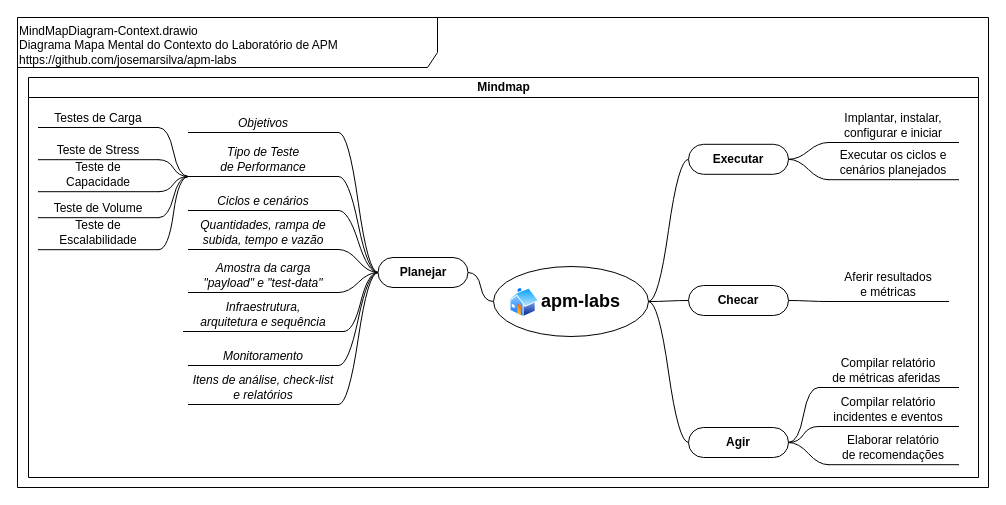
Above: doc/MindMapDiagram-Context.drawio in josemarsilva/apm-labs (draw.io), before the change. Source tidied: cells renumbered, new cells numbered last; positions are measured from the earlier drawing's top-left corner, leaving out a move shared by most shapes. Both pictures are drawn from the tidied source at 100%, with x=0, y=0 at pixel (17, 17).
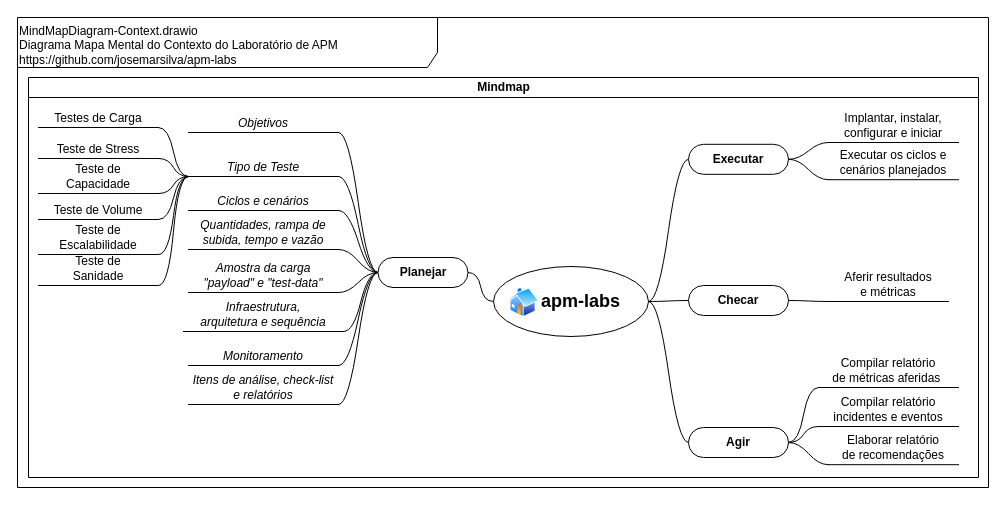
After the change.

Change to the diagram source:
```diff
@@
-    <mxCell id="17" value="Tipo de Teste &lt;br&gt;de Performance" style="whiteSpace=wrap;html=1;shape=partialRectangle;top=0;left=0;bottom=1;right=0;points=[[0,1],[1,1]];fillColor=none;align=center;verticalAlign=bottom;routingCenterY=0.5;snapToPoint=1;newEdgeStyle={&quot;edgeStyle&quot;:&quot;entityRelationEdgeStyle&quot;,&quot;startArrow&quot;:&quot;none&quot;,&quot;endArrow&quot;:&quot;none&quot;,&quot;segment&quot;:10,&quot;curved&quot;:1};fontStyle=2;" parent="1" vertex="1">
-      <mxGeometry x="171" y="129" width="150" height="30" as="geometry" />
+    <mxCell id="17" value="Tipo de Teste" style="whiteSpace=wrap;html=1;shape=partialRectangle;top=0;left=0;bottom=1;right=0;points=[[0,1],[1,1]];fillColor=none;align=center;verticalAlign=bottom;routingCenterY=0.5;snapToPoint=1;newEdgeStyle={&quot;edgeStyle&quot;:&quot;entityRelationEdgeStyle&quot;,&quot;startArrow&quot;:&quot;none&quot;,&quot;endArrow&quot;:&quot;none&quot;,&quot;segment&quot;:10,&quot;curved&quot;:1};fontStyle=2;" parent="1" vertex="1">
+      <mxGeometry x="171" y="139" width="150" height="20" as="geometry" />
     </mxCell>
@@
     <mxCell id="34" value="Teste de Stress" style="whiteSpace=wrap;html=1;shape=partialRectangle;top=0;left=0;bottom=1;right=0;points=[[0,1],[1,1]];fillColor=none;align=center;verticalAlign=bottom;routingCenterY=0.5;snapToPoint=1;newEdgeStyle={&quot;edgeStyle&quot;:&quot;entityRelationEdgeStyle&quot;,&quot;startArrow&quot;:&quot;none&quot;,&quot;endArrow&quot;:&quot;none&quot;,&quot;segment&quot;:10,&quot;curved&quot;:1};fontStyle=0;" parent="1" vertex="1">
-      <mxGeometry x="21" y="122.2" width="120" height="20" as="geometry" />
+      <mxGeometry x="21" y="121" width="120" height="20" as="geometry" />
     </mxCell>
@@
     <mxCell id="36" value="Teste de &lt;br&gt;Capacidade" style="whiteSpace=wrap;html=1;shape=partialRectangle;top=0;left=0;bottom=1;right=0;points=[[0,1],[1,1]];fillColor=none;align=center;verticalAlign=bottom;routingCenterY=0.5;snapToPoint=1;newEdgeStyle={&quot;edgeStyle&quot;:&quot;entityRelationEdgeStyle&quot;,&quot;startArrow&quot;:&quot;none&quot;,&quot;endArrow&quot;:&quot;none&quot;,&quot;segment&quot;:10,&quot;curved&quot;:1};fontStyle=0;" parent="1" vertex="1">
-      <mxGeometry x="21" y="144.2" width="120" height="30" as="geometry" />
+      <mxGeometry x="21" y="146" width="120" height="30" as="geometry" />
     </mxCell>
@@
     <mxCell id="40" value="Teste de Volume" style="whiteSpace=wrap;html=1;shape=partialRectangle;top=0;left=0;bottom=1;right=0;points=[[0,1],[1,1]];fillColor=none;align=center;verticalAlign=bottom;routingCenterY=0.5;snapToPoint=1;newEdgeStyle={&quot;edgeStyle&quot;:&quot;entityRelationEdgeStyle&quot;,&quot;startArrow&quot;:&quot;none&quot;,&quot;endArrow&quot;:&quot;none&quot;,&quot;segment&quot;:10,&quot;curved&quot;:1};fontStyle=0;" parent="1" vertex="1">
-      <mxGeometry x="21" y="180.2" width="120" height="20" as="geometry" />
+      <mxGeometry x="21" y="182" width="120" height="20" as="geometry" />
     </mxCell>
     <mxCell id="41" value="Teste de &lt;br&gt;Escalabilidade" style="whiteSpace=wrap;html=1;shape=partialRectangle;top=0;left=0;bottom=1;right=0;points=[[0,1],[1,1]];fillColor=none;align=center;verticalAlign=bottom;routingCenterY=0.5;snapToPoint=1;newEdgeStyle={&quot;edgeStyle&quot;:&quot;entityRelationEdgeStyle&quot;,&quot;startArrow&quot;:&quot;none&quot;,&quot;endArrow&quot;:&quot;none&quot;,&quot;segment&quot;:10,&quot;curved&quot;:1};fontStyle=0;" parent="1" vertex="1">
-      <mxGeometry x="21" y="202.2" width="120" height="30" as="geometry" />
+      <mxGeometry x="21" y="207" width="120" height="30" as="geometry" />
     </mxCell>
@@
+    <mxCell id="52" value="Teste de &lt;br&gt;Sanidade" style="whiteSpace=wrap;html=1;shape=partialRectangle;top=0;left=0;bottom=1;right=0;points=[[0,1],[1,1]];fillColor=none;align=center;verticalAlign=bottom;routingCenterY=0.5;snapToPoint=1;newEdgeStyle={&quot;edgeStyle&quot;:&quot;entityRelationEdgeStyle&quot;,&quot;startArrow&quot;:&quot;none&quot;,&quot;endArrow&quot;:&quot;none&quot;,&quot;segment&quot;:10,&quot;curved&quot;:1};fontStyle=0;" parent="1" vertex="1">
+      <mxGeometry x="21" y="238" width="120" height="30" as="geometry" />
+    </mxCell>
+    <mxCell id="53" style="edgeStyle=entityRelationEdgeStyle;startArrow=none;endArrow=none;segment=10;curved=1;entryX=1;entryY=1;entryDx=0;entryDy=0;exitX=0;exitY=1;exitDx=0;exitDy=0;" parent="1" edge="1" source="17" target="52">
+      <mxGeometry relative="1" as="geometry" />
+    </mxCell>
```
